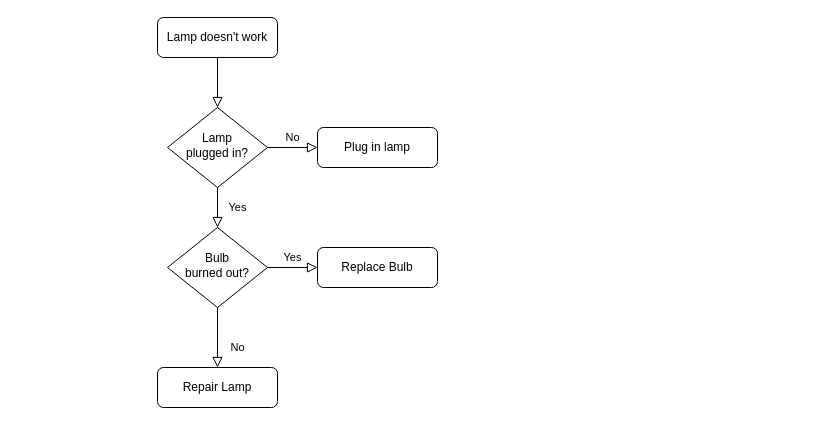
Before: docs/assets/drawio/dynamic-studio.drawio in ShaoOrg/bulletin, a draw.io diagram. Source tidied: cells renumbered, new cells numbered last; positions are measured from the earlier drawing's top-left corner, leaving out a move shared by most shapes. Both pictures are drawn from the tidied source at 100%, with x=0, y=0 at pixel (157, 17).
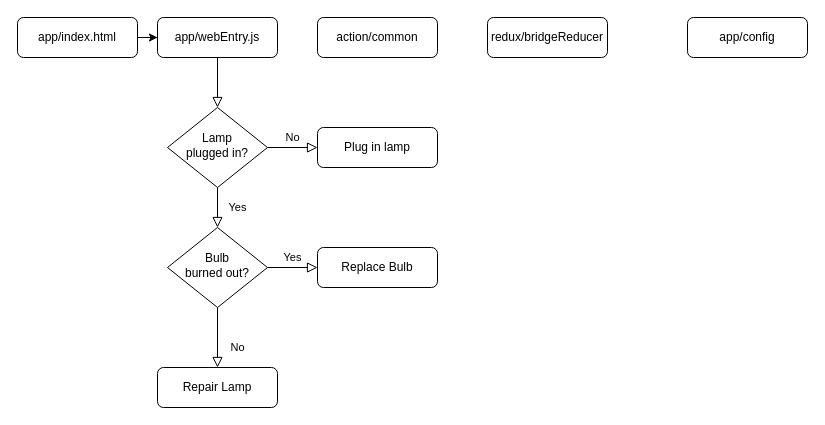
The same page after the edit.

What changed in the source:
```diff
@@
 <mxGraphModel>
   <root>
     <mxCell id="0" />
     <mxCell id="1" parent="0" />
     <mxCell id="2" style="rounded=0;html=1;jettySize=auto;fontSize=11;endArrow=block;endFill=0;endSize=8;strokeWidth=1;shadow=0;labelBackgroundColor=none;edgeStyle=orthogonalEdgeStyle;" parent="1" edge="1" source="3" target="6">
       <mxGeometry relative="1" as="geometry" />
     </mxCell>
-    <mxCell id="3" value="Lamp doesn't work" style="rounded=1;whiteSpace=wrap;html=1;fontSize=12;glass=0;strokeWidth=1;shadow=0;" parent="1" vertex="1">
+    <mxCell id="3" value="app/webEntry.js" style="rounded=1;whiteSpace=wrap;html=1;fontSize=12;glass=0;strokeWidth=1;shadow=0;" parent="1" vertex="1">
       <mxGeometry width="120" height="40" as="geometry" />
     </mxCell>
     <mxCell id="4" value="Yes" style="rounded=0;html=1;jettySize=auto;fontSize=11;endArrow=block;endFill=0;endSize=8;strokeWidth=1;shadow=0;labelBackgroundColor=none;edgeStyle=orthogonalEdgeStyle;" parent="1" edge="1" source="6" target="10">
       <mxGeometry y="20" relative="1" as="geometry" />
     </mxCell>
     <mxCell id="5" value="No" style="edgeStyle=orthogonalEdgeStyle;rounded=0;html=1;jettySize=auto;fontSize=11;endArrow=block;endFill=0;endSize=8;strokeWidth=1;shadow=0;labelBackgroundColor=none;" parent="1" edge="1" source="6" target="7">
       <mxGeometry y="10" relative="1" as="geometry" />
     </mxCell>
     <mxCell id="6" value="Lamp&lt;br&gt;plugged in?" style="rhombus;whiteSpace=wrap;html=1;shadow=0;fontFamily=Helvetica;fontSize=12;align=center;strokeWidth=1;spacing=6;spacingTop=-4;" parent="1" vertex="1">
       <mxGeometry x="10" y="90" width="100" height="80" as="geometry" />
     </mxCell>
     <mxCell id="7" value="Plug in lamp" style="rounded=1;whiteSpace=wrap;html=1;fontSize=12;glass=0;strokeWidth=1;shadow=0;" parent="1" vertex="1">
       <mxGeometry x="160" y="110" width="120" height="40" as="geometry" />
     </mxCell>
     <mxCell id="8" value="No" style="rounded=0;html=1;jettySize=auto;fontSize=11;endArrow=block;endFill=0;endSize=8;strokeWidth=1;shadow=0;labelBackgroundColor=none;edgeStyle=orthogonalEdgeStyle;" parent="1" edge="1" source="10" target="11">
       <mxGeometry x="0.33" y="20" relative="1" as="geometry" />
     </mxCell>
     <mxCell id="9" value="Yes" style="edgeStyle=orthogonalEdgeStyle;rounded=0;html=1;jettySize=auto;fontSize=11;endArrow=block;endFill=0;endSize=8;strokeWidth=1;shadow=0;labelBackgroundColor=none;" parent="1" edge="1" source="10" target="12">
       <mxGeometry y="10" relative="1" as="geometry" />
     </mxCell>
     <mxCell id="10" value="Bulb&lt;br&gt;burned out?" style="rhombus;whiteSpace=wrap;html=1;shadow=0;fontFamily=Helvetica;fontSize=12;align=center;strokeWidth=1;spacing=6;spacingTop=-4;" parent="1" vertex="1">
       <mxGeometry x="10" y="210" width="100" height="80" as="geometry" />
     </mxCell>
     <mxCell id="11" value="Repair Lamp" style="rounded=1;whiteSpace=wrap;html=1;fontSize=12;glass=0;strokeWidth=1;shadow=0;" parent="1" vertex="1">
       <mxGeometry y="350" width="120" height="40" as="geometry" />
     </mxCell>
     <mxCell id="12" value="Replace Bulb" style="rounded=1;whiteSpace=wrap;html=1;fontSize=12;glass=0;strokeWidth=1;shadow=0;" parent="1" vertex="1">
       <mxGeometry x="160" y="230" width="120" height="40" as="geometry" />
     </mxCell>
+    <mxCell id="13" style="edgeStyle=orthogonalEdgeStyle;rounded=0;jettySize=auto;html=1;entryX=0;entryY=0.5;entryDx=0;entryDy=0;" parent="1" edge="1" source="14" target="3">
+      <mxGeometry relative="1" as="geometry" />
+    </mxCell>
+    <mxCell id="14" value="app/index.html" style="rounded=1;whiteSpace=wrap;html=1;fontSize=12;glass=0;strokeWidth=1;shadow=0;" parent="1" vertex="1">
+      <mxGeometry x="-140" width="120" height="40" as="geometry" />
+    </mxCell>
+    <mxCell id="15" value="action/common" style="rounded=1;whiteSpace=wrap;html=1;fontSize=12;glass=0;strokeWidth=1;shadow=0;" parent="1" vertex="1">
+      <mxGeometry x="160" width="120" height="40" as="geometry" />
+    </mxCell>
+    <mxCell id="16" value="redux/bridgeReducer" style="rounded=1;whiteSpace=wrap;html=1;fontSize=12;glass=0;strokeWidth=1;shadow=0;" parent="1" vertex="1">
+      <mxGeometry x="330" width="120" height="40" as="geometry" />
+    </mxCell>
+    <mxCell id="17" value="app/config" style="rounded=1;whiteSpace=wrap;html=1;fontSize=12;glass=0;strokeWidth=1;shadow=0;" parent="1" vertex="1">
+      <mxGeometry x="530" width="120" height="40" as="geometry" />
+    </mxCell>
   </root>
 </mxGraphModel>
```
